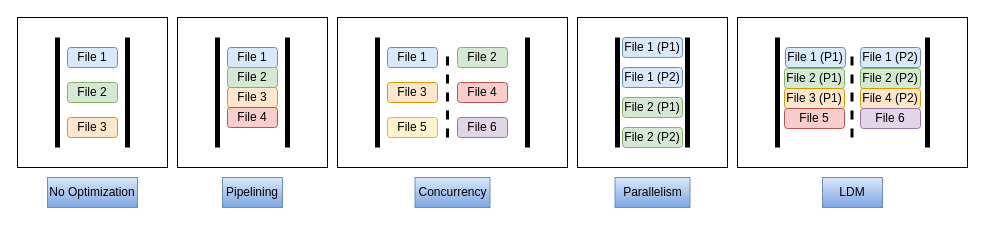
Before: explanation.drawio in swargo98/Falcon-Plus-Plus, a draw.io diagram. Source tidied: cells renumbered, new cells numbered last; positions are measured from the earlier drawing's top-left corner, leaving out a move shared by most shapes. Both pictures are drawn from the tidied source at 100%, with x=0, y=0 at pixel (17, 17).
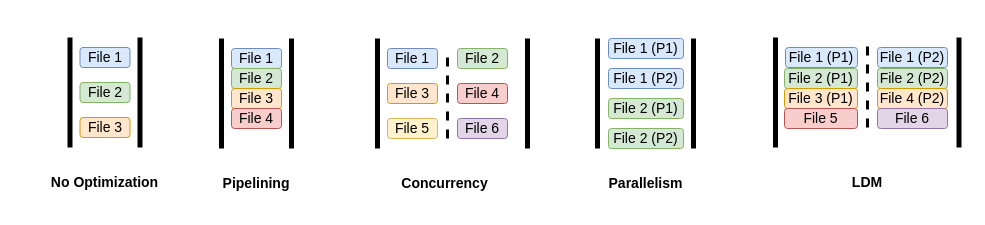
The same diagram, later.

Diff of the diagram source:
```diff
@@
-    <mxCell id="2" style="rounded=0;whiteSpace=wrap;html=1;" parent="1" vertex="1">
-      <mxGeometry width="150" height="150" as="geometry" />
-    </mxCell>
-    <mxCell id="3" style="endArrow=none;html=1;rounded=0;strokeWidth=5;" parent="1" edge="1">
+    <mxCell id="3" style="endArrow=none;html=1;rounded=0;strokeWidth=5;fontSize=14;" parent="1" edge="1">
       <mxGeometry relative="1" as="geometry">
-        <mxPoint x="40" y="130" as="sourcePoint" />
-        <mxPoint x="40" y="20" as="targetPoint" />
+        <mxPoint x="52.5" y="130" as="sourcePoint" />
+        <mxPoint x="52.5" y="20" as="targetPoint" />
       </mxGeometry>
     </mxCell>
-    <mxCell id="4" style="endArrow=none;html=1;rounded=0;strokeWidth=5;" parent="1" edge="1">
+    <mxCell id="4" style="endArrow=none;html=1;rounded=0;strokeWidth=5;fontSize=14;" parent="1" edge="1">
       <mxGeometry relative="1" as="geometry">
-        <mxPoint x="110" y="130" as="sourcePoint" />
-        <mxPoint x="110" y="20" as="targetPoint" />
+        <mxPoint x="122.5" y="130" as="sourcePoint" />
+        <mxPoint x="122.5" y="20" as="targetPoint" />
       </mxGeometry>
     </mxCell>
-    <mxCell id="5" value="File 1" style="rounded=1;whiteSpace=wrap;html=1;fillColor=#dae8fc;strokeColor=#6c8ebf;" parent="1" vertex="1">
-      <mxGeometry x="50" y="30" width="50" height="20" as="geometry" />
+    <mxCell id="5" value="File 1" style="rounded=1;whiteSpace=wrap;html=1;fillColor=#dae8fc;strokeColor=#6c8ebf;fontSize=14;" parent="1" vertex="1">
+      <mxGeometry x="62.5" y="30" width="50" height="20" as="geometry" />
     </mxCell>
-    <mxCell id="6" value="File 2" style="rounded=1;whiteSpace=wrap;html=1;fillColor=#d5e8d4;strokeColor=#82b366;" parent="1" vertex="1">
-      <mxGeometry x="50" y="65" width="50" height="20" as="geometry" />
+    <mxCell id="6" value="File 2" style="rounded=1;whiteSpace=wrap;html=1;fillColor=#d5e8d4;strokeColor=#82b366;fontSize=14;" parent="1" vertex="1">
+      <mxGeometry x="62.5" y="65" width="50" height="20" as="geometry" />
     </mxCell>
-    <mxCell id="7" value="File 3" style="rounded=1;whiteSpace=wrap;html=1;fillColor=#ffe6cc;strokeColor=#d79b00;" parent="1" vertex="1">
-      <mxGeometry x="50" y="100" width="50" height="20" as="geometry" />
+    <mxCell id="7" value="File 3" style="rounded=1;whiteSpace=wrap;html=1;fillColor=#ffe6cc;strokeColor=#d79b00;fontSize=14;" parent="1" vertex="1">
+      <mxGeometry x="62.5" y="100" width="50" height="20" as="geometry" />
     </mxCell>
-    <mxCell id="8" style="rounded=0;whiteSpace=wrap;html=1;" parent="1" vertex="1">
-      <mxGeometry x="160" width="150" height="150" as="geometry" />
-    </mxCell>
-    <mxCell id="9" style="endArrow=none;html=1;rounded=0;strokeWidth=5;" parent="1" edge="1">
+    <mxCell id="9" style="endArrow=none;html=1;rounded=0;strokeWidth=5;fontSize=14;" parent="1" edge="1">
       <mxGeometry relative="1" as="geometry">
-        <mxPoint x="200" y="130" as="sourcePoint" />
-        <mxPoint x="200" y="20" as="targetPoint" />
+        <mxPoint x="204" y="131" as="sourcePoint" />
+        <mxPoint x="204" y="21" as="targetPoint" />
       </mxGeometry>
     </mxCell>
-    <mxCell id="10" style="endArrow=none;html=1;rounded=0;strokeWidth=5;" parent="1" edge="1">
+    <mxCell id="10" style="endArrow=none;html=1;rounded=0;strokeWidth=5;fontSize=14;" parent="1" edge="1">
       <mxGeometry relative="1" as="geometry">
-        <mxPoint x="270" y="130" as="sourcePoint" />
-        <mxPoint x="270" y="20" as="targetPoint" />
+        <mxPoint x="274" y="131" as="sourcePoint" />
+        <mxPoint x="274" y="21" as="targetPoint" />
       </mxGeometry>
     </mxCell>
-    <mxCell id="11" value="File 1" style="rounded=1;whiteSpace=wrap;html=1;fillColor=#dae8fc;strokeColor=#6c8ebf;" parent="1" vertex="1">
-      <mxGeometry x="210" y="30" width="50" height="20" as="geometry" />
+    <mxCell id="11" value="File 1" style="rounded=1;whiteSpace=wrap;html=1;fillColor=#dae8fc;strokeColor=#6c8ebf;fontSize=14;" parent="1" vertex="1">
+      <mxGeometry x="214" y="31" width="50" height="20" as="geometry" />
     </mxCell>
-    <mxCell id="12" value="File 2" style="rounded=1;whiteSpace=wrap;html=1;fillColor=#d5e8d4;strokeColor=#82b366;" parent="1" vertex="1">
-      <mxGeometry x="210" y="50" width="50" height="20" as="geometry" />
+    <mxCell id="12" value="File 2" style="rounded=1;whiteSpace=wrap;html=1;fillColor=#d5e8d4;strokeColor=#82b366;fontSize=14;" parent="1" vertex="1">
+      <mxGeometry x="214" y="51" width="50" height="20" as="geometry" />
     </mxCell>
-    <mxCell id="13" value="File 3" style="rounded=1;whiteSpace=wrap;html=1;fillColor=#ffe6cc;strokeColor=#d79b00;" parent="1" vertex="1">
-      <mxGeometry x="210" y="70" width="50" height="20" as="geometry" />
+    <mxCell id="13" value="File 3" style="rounded=1;whiteSpace=wrap;html=1;fillColor=#ffe6cc;strokeColor=#d79b00;fontSize=14;" parent="1" vertex="1">
+      <mxGeometry x="214" y="71" width="50" height="20" as="geometry" />
     </mxCell>
-    <mxCell id="14" style="rounded=0;whiteSpace=wrap;html=1;" parent="1" vertex="1">
-      <mxGeometry x="320" width="230" height="150" as="geometry" />
-    </mxCell>
-    <mxCell id="15" style="endArrow=none;html=1;rounded=0;strokeWidth=5;" parent="1" edge="1">
+    <mxCell id="15" style="endArrow=none;html=1;rounded=0;strokeWidth=5;fontSize=14;" parent="1" edge="1">
       <mxGeometry relative="1" as="geometry">
-        <mxPoint x="360" y="130" as="sourcePoint" />
-        <mxPoint x="360" y="20" as="targetPoint" />
+        <mxPoint x="360" y="131" as="sourcePoint" />
+        <mxPoint x="360" y="21" as="targetPoint" />
       </mxGeometry>
     </mxCell>
-    <mxCell id="16" style="endArrow=none;html=1;rounded=0;strokeWidth=5;" parent="1" edge="1">
+    <mxCell id="16" style="endArrow=none;html=1;rounded=0;strokeWidth=5;fontSize=14;" parent="1" edge="1">
       <mxGeometry relative="1" as="geometry">
-        <mxPoint x="510" y="130" as="sourcePoint" />
-        <mxPoint x="510" y="20" as="targetPoint" />
+        <mxPoint x="510" y="131" as="sourcePoint" />
+        <mxPoint x="510" y="21" as="targetPoint" />
       </mxGeometry>
     </mxCell>
-    <mxCell id="17" value="File 1" style="rounded=1;whiteSpace=wrap;html=1;fillColor=#dae8fc;strokeColor=#6c8ebf;" parent="1" vertex="1">
-      <mxGeometry x="370" y="30" width="50" height="20" as="geometry" />
+    <mxCell id="17" value="File 1" style="rounded=1;whiteSpace=wrap;html=1;fillColor=#dae8fc;strokeColor=#6c8ebf;fontSize=14;" parent="1" vertex="1">
+      <mxGeometry x="370" y="31" width="50" height="20" as="geometry" />
     </mxCell>
-    <mxCell id="18" value="File 2" style="rounded=1;whiteSpace=wrap;html=1;fillColor=#d5e8d4;strokeColor=#82b366;" parent="1" vertex="1">
-      <mxGeometry x="440" y="30" width="50" height="20" as="geometry" />
+    <mxCell id="18" value="File 2" style="rounded=1;whiteSpace=wrap;html=1;fillColor=#d5e8d4;strokeColor=#82b366;fontSize=14;" parent="1" vertex="1">
+      <mxGeometry x="440" y="31" width="50" height="20" as="geometry" />
     </mxCell>
-    <mxCell id="19" value="File 3" style="rounded=1;whiteSpace=wrap;html=1;fillColor=#ffe6cc;strokeColor=#d79b00;" parent="1" vertex="1">
-      <mxGeometry x="370" y="65" width="50" height="20" as="geometry" />
+    <mxCell id="19" value="File 3" style="rounded=1;whiteSpace=wrap;html=1;fillColor=#ffe6cc;strokeColor=#d79b00;fontSize=14;" parent="1" vertex="1">
+      <mxGeometry x="370" y="66" width="50" height="20" as="geometry" />
     </mxCell>
-    <mxCell id="20" value="File 4" style="rounded=1;whiteSpace=wrap;html=1;fillColor=#f8cecc;strokeColor=#b85450;" parent="1" vertex="1">
-      <mxGeometry x="440" y="65" width="50" height="20" as="geometry" />
+    <mxCell id="20" value="File 4" style="rounded=1;whiteSpace=wrap;html=1;fillColor=#f8cecc;strokeColor=#b85450;fontSize=14;" parent="1" vertex="1">
+      <mxGeometry x="440" y="66" width="50" height="20" as="geometry" />
     </mxCell>
-    <mxCell id="21" value="File 4" style="rounded=1;whiteSpace=wrap;html=1;fillColor=#f8cecc;strokeColor=#b85450;" parent="1" vertex="1">
-      <mxGeometry x="210" y="90" width="50" height="20" as="geometry" />
+    <mxCell id="21" value="File 4" style="rounded=1;whiteSpace=wrap;html=1;fillColor=#f8cecc;strokeColor=#b85450;fontSize=14;" parent="1" vertex="1">
+      <mxGeometry x="214" y="91" width="50" height="20" as="geometry" />
     </mxCell>
-    <mxCell id="22" style="rounded=0;whiteSpace=wrap;html=1;" parent="1" vertex="1">
-      <mxGeometry x="720" width="230" height="150" as="geometry" />
-    </mxCell>
-    <mxCell id="23" style="endArrow=none;html=1;rounded=0;strokeWidth=5;" parent="1" edge="1">
+    <mxCell id="23" style="endArrow=none;html=1;rounded=0;strokeWidth=5;fontSize=14;" parent="1" edge="1">
       <mxGeometry relative="1" as="geometry">
-        <mxPoint x="760" y="130" as="sourcePoint" />
-        <mxPoint x="760" y="20" as="targetPoint" />
+        <mxPoint x="758" y="130" as="sourcePoint" />
+        <mxPoint x="758" y="20" as="targetPoint" />
       </mxGeometry>
     </mxCell>
-    <mxCell id="24" style="endArrow=none;html=1;rounded=0;strokeWidth=5;" parent="1" edge="1">
+    <mxCell id="24" style="endArrow=none;html=1;rounded=0;strokeWidth=5;fontSize=14;" parent="1" edge="1">
       <mxGeometry relative="1" as="geometry">
-        <mxPoint x="910" y="130" as="sourcePoint" />
-        <mxPoint x="910" y="20" as="targetPoint" />
+        <mxPoint x="941.5" y="130" as="sourcePoint" />
+        <mxPoint x="941.5" y="20" as="targetPoint" />
       </mxGeometry>
     </mxCell>
-    <mxCell id="25" value="File 1 (P1)" style="rounded=1;whiteSpace=wrap;html=1;fillColor=#dae8fc;strokeColor=#6c8ebf;" parent="1" vertex="1">
-      <mxGeometry x="768" y="30" width="60" height="20" as="geometry" />
+    <mxCell id="25" value="File 1 (P1)" style="rounded=1;whiteSpace=wrap;html=1;fillColor=#dae8fc;strokeColor=#6c8ebf;fontSize=14;" parent="1" vertex="1">
+      <mxGeometry x="768" y="30" width="72" height="20" as="geometry" />
     </mxCell>
-    <mxCell id="26" value="File 1 (P2)" style="rounded=1;whiteSpace=wrap;html=1;fillColor=#dae8fc;strokeColor=#6c8ebf;" parent="1" vertex="1">
-      <mxGeometry x="843" y="30" width="60" height="20" as="geometry" />
+    <mxCell id="26" value="File 1 (P2)" style="rounded=1;whiteSpace=wrap;html=1;fillColor=#dae8fc;strokeColor=#6c8ebf;fontSize=14;" parent="1" vertex="1">
+      <mxGeometry x="860" y="30" width="70" height="20" as="geometry" />
     </mxCell>
-    <mxCell id="27" value="File 2 (P1)" style="rounded=1;whiteSpace=wrap;html=1;fillColor=#d5e8d4;strokeColor=#82b366;" parent="1" vertex="1">
-      <mxGeometry x="767" y="51" width="60" height="20" as="geometry" />
+    <mxCell id="27" value="File 2 (P1)" style="rounded=1;whiteSpace=wrap;html=1;fillColor=#d5e8d4;strokeColor=#82b366;fontSize=14;" parent="1" vertex="1">
+      <mxGeometry x="767" y="51" width="73" height="20" as="geometry" />
     </mxCell>
-    <mxCell id="28" value="File 2 (P2)" style="rounded=1;whiteSpace=wrap;html=1;fillColor=#d5e8d4;strokeColor=#82b366;" parent="1" vertex="1">
-      <mxGeometry x="843" y="51" width="60" height="20" as="geometry" />
+    <mxCell id="28" value="File 2 (P2)" style="rounded=1;whiteSpace=wrap;html=1;fillColor=#d5e8d4;strokeColor=#82b366;fontSize=14;" parent="1" vertex="1">
+      <mxGeometry x="860" y="51" width="70" height="20" as="geometry" />
     </mxCell>
-    <mxCell id="29" style="endArrow=none;dashed=1;html=1;rounded=0;strokeWidth=3;" parent="1" edge="1">
+    <mxCell id="29" style="endArrow=none;dashed=1;html=1;rounded=0;strokeWidth=3;fontSize=14;" parent="1" edge="1">
       <mxGeometry relative="1" as="geometry">
-        <mxPoint x="430" y="120" as="sourcePoint" />
-        <mxPoint x="430" y="30" as="targetPoint" />
+        <mxPoint x="430" y="121" as="sourcePoint" />
+        <mxPoint x="430" y="31" as="targetPoint" />
       </mxGeometry>
     </mxCell>
-    <mxCell id="30" style="endArrow=none;dashed=1;html=1;rounded=0;strokeWidth=3;" parent="1" edge="1">
+    <mxCell id="30" style="endArrow=none;dashed=1;html=1;rounded=0;strokeWidth=3;fontSize=14;" parent="1" edge="1">
       <mxGeometry relative="1" as="geometry">
-        <mxPoint x="834.5" y="120" as="sourcePoint" />
-        <mxPoint x="834.5" y="30" as="targetPoint" />
+        <mxPoint x="850" y="110" as="sourcePoint" />
+        <mxPoint x="850" y="20" as="targetPoint" />
       </mxGeometry>
     </mxCell>
-    <mxCell id="31" style="rounded=0;whiteSpace=wrap;html=1;" parent="1" vertex="1">
-      <mxGeometry x="560" width="150" height="150" as="geometry" />
-    </mxCell>
-    <mxCell id="32" style="endArrow=none;html=1;rounded=0;strokeWidth=5;" parent="1" edge="1">
+    <mxCell id="32" style="endArrow=none;html=1;rounded=0;strokeWidth=5;fontSize=14;" parent="1" edge="1">
       <mxGeometry relative="1" as="geometry">
-        <mxPoint x="600" y="130" as="sourcePoint" />
-        <mxPoint x="600" y="20" as="targetPoint" />
+        <mxPoint x="580" y="131" as="sourcePoint" />
+        <mxPoint x="580" y="21" as="targetPoint" />
       </mxGeometry>
     </mxCell>
-    <mxCell id="33" style="endArrow=none;html=1;rounded=0;strokeWidth=5;" parent="1" edge="1">
+    <mxCell id="33" style="endArrow=none;html=1;rounded=0;strokeWidth=5;fontSize=14;" parent="1" edge="1">
       <mxGeometry relative="1" as="geometry">
-        <mxPoint x="670" y="130" as="sourcePoint" />
-        <mxPoint x="670" y="20" as="targetPoint" />
+        <mxPoint x="676" y="131" as="sourcePoint" />
+        <mxPoint x="676" y="21" as="targetPoint" />
       </mxGeometry>
     </mxCell>
-    <mxCell id="34" value="File 1 (P1)" style="rounded=1;whiteSpace=wrap;html=1;fillColor=#dae8fc;strokeColor=#6c8ebf;" parent="1" vertex="1">
-      <mxGeometry x="605" y="20" width="60" height="20" as="geometry" />
+    <mxCell id="34" value="File 1 (P1)" style="rounded=1;whiteSpace=wrap;html=1;fillColor=#dae8fc;strokeColor=#6c8ebf;fontSize=14;" parent="1" vertex="1">
+      <mxGeometry x="591" y="21" width="75" height="20" as="geometry" />
     </mxCell>
-    <mxCell id="35" value="File 1 (P2)" style="rounded=1;whiteSpace=wrap;html=1;fillColor=#dae8fc;strokeColor=#6c8ebf;" parent="1" vertex="1">
-      <mxGeometry x="605" y="50" width="60" height="20" as="geometry" />
+    <mxCell id="35" value="File 1 (P2)" style="rounded=1;whiteSpace=wrap;html=1;fillColor=#dae8fc;strokeColor=#6c8ebf;fontSize=14;" parent="1" vertex="1">
+      <mxGeometry x="591" y="51" width="75" height="20" as="geometry" />
     </mxCell>
-    <mxCell id="36" value="File 2 (P1)" style="rounded=1;whiteSpace=wrap;html=1;fillColor=#d5e8d4;strokeColor=#82b366;" parent="1" vertex="1">
-      <mxGeometry x="605" y="80" width="60" height="20" as="geometry" />
+    <mxCell id="36" value="File 2 (P1)" style="rounded=1;whiteSpace=wrap;html=1;fillColor=#d5e8d4;strokeColor=#82b366;fontSize=14;" parent="1" vertex="1">
+      <mxGeometry x="591" y="81" width="75" height="20" as="geometry" />
     </mxCell>
-    <mxCell id="37" value="File 2 (P2)" style="rounded=1;whiteSpace=wrap;html=1;fillColor=#d5e8d4;strokeColor=#82b366;" parent="1" vertex="1">
-      <mxGeometry x="605" y="110" width="60" height="20" as="geometry" />
+    <mxCell id="37" value="File 2 (P2)" style="rounded=1;whiteSpace=wrap;html=1;fillColor=#d5e8d4;strokeColor=#82b366;fontSize=14;" parent="1" vertex="1">
+      <mxGeometry x="591" y="111" width="75" height="20" as="geometry" />
     </mxCell>
-    <mxCell id="38" value="File 5" style="rounded=1;whiteSpace=wrap;html=1;fillColor=#fff2cc;strokeColor=#d6b656;" parent="1" vertex="1">
-      <mxGeometry x="370" y="100" width="50" height="20" as="geometry" />
+    <mxCell id="38" value="File 5" style="rounded=1;whiteSpace=wrap;html=1;fillColor=#fff2cc;strokeColor=#d6b656;fontSize=14;" parent="1" vertex="1">
+      <mxGeometry x="370" y="101" width="50" height="20" as="geometry" />
     </mxCell>
-    <mxCell id="39" value="File 6" style="rounded=1;whiteSpace=wrap;html=1;fillColor=#e1d5e7;strokeColor=#9673a6;" parent="1" vertex="1">
-      <mxGeometry x="440" y="100" width="50" height="20" as="geometry" />
+    <mxCell id="39" value="File 6" style="rounded=1;whiteSpace=wrap;html=1;fillColor=#e1d5e7;strokeColor=#9673a6;fontSize=14;" parent="1" vertex="1">
+      <mxGeometry x="440" y="101" width="50" height="20" as="geometry" />
     </mxCell>
-    <mxCell id="40" value="File 3 (P1)" style="rounded=1;whiteSpace=wrap;html=1;fillColor=#ffe6cc;strokeColor=#d79b00;" parent="1" vertex="1">
-      <mxGeometry x="767" y="71" width="60" height="20" as="geometry" />
+    <mxCell id="40" value="File 3 (P1)" style="rounded=1;whiteSpace=wrap;html=1;fillColor=#ffe6cc;strokeColor=#d79b00;fontSize=14;" parent="1" vertex="1">
+      <mxGeometry x="767" y="71" width="73" height="20" as="geometry" />
     </mxCell>
-    <mxCell id="41" value="File 4 (P2)" style="rounded=1;whiteSpace=wrap;html=1;fillColor=#ffe6cc;strokeColor=#d79b00;" parent="1" vertex="1">
-      <mxGeometry x="843" y="71" width="60" height="20" as="geometry" />
+    <mxCell id="41" value="File 4 (P2)" style="rounded=1;whiteSpace=wrap;html=1;fillColor=#ffe6cc;strokeColor=#d79b00;fontSize=14;" parent="1" vertex="1">
+      <mxGeometry x="860" y="71" width="70" height="20" as="geometry" />
     </mxCell>
-    <mxCell id="42" value="File 5" style="rounded=1;whiteSpace=wrap;html=1;fillColor=#f8cecc;strokeColor=#b85450;" parent="1" vertex="1">
-      <mxGeometry x="767" y="91" width="60" height="20" as="geometry" />
+    <mxCell id="42" value="File 5" style="rounded=1;whiteSpace=wrap;html=1;fillColor=#f8cecc;strokeColor=#b85450;fontSize=14;" parent="1" vertex="1">
+      <mxGeometry x="767" y="91" width="73" height="20" as="geometry" />
     </mxCell>
-    <mxCell id="43" value="File 6" style="rounded=1;whiteSpace=wrap;html=1;fillColor=#e1d5e7;strokeColor=#9673a6;" parent="1" vertex="1">
-      <mxGeometry x="843" y="91" width="60" height="20" as="geometry" />
+    <mxCell id="43" value="File 6" style="rounded=1;whiteSpace=wrap;html=1;fillColor=#e1d5e7;strokeColor=#9673a6;fontSize=14;" parent="1" vertex="1">
+      <mxGeometry x="860" y="91" width="70" height="20" as="geometry" />
     </mxCell>
-    <mxCell id="44" value="No Optimization" style="text;html=1;whiteSpace=wrap;strokeColor=#6c8ebf;fillColor=#dae8fc;align=center;verticalAlign=middle;rounded=0;gradientColor=#7ea6e0;" parent="1" vertex="1">
-      <mxGeometry x="30" y="160" width="90" height="30" as="geometry" />
+    <mxCell id="44" value="No Optimization" style="text;html=1;whiteSpace=wrap;align=center;verticalAlign=middle;rounded=0;fontStyle=1;fontSize=14;" parent="1" vertex="1">
+      <mxGeometry x="30" y="150" width="115" height="30" as="geometry" />
     </mxCell>
-    <mxCell id="45" value="Pipelining" style="text;html=1;whiteSpace=wrap;strokeColor=#6c8ebf;fillColor=#dae8fc;align=center;verticalAlign=middle;rounded=0;gradientColor=#7ea6e0;" parent="1" vertex="1">
-      <mxGeometry x="205" y="160" width="60" height="30" as="geometry" />
+    <mxCell id="45" value="Pipelining" style="text;html=1;whiteSpace=wrap;align=center;verticalAlign=middle;rounded=0;fontStyle=1;fontSize=14;" parent="1" vertex="1">
+      <mxGeometry x="209" y="151" width="60" height="30" as="geometry" />
     </mxCell>
-    <mxCell id="46" value="Concurrency" style="text;html=1;whiteSpace=wrap;strokeColor=#6c8ebf;fillColor=#dae8fc;align=center;verticalAlign=middle;rounded=0;gradientColor=#7ea6e0;" parent="1" vertex="1">
-      <mxGeometry x="397.5" y="160" width="75" height="30" as="geometry" />
+    <mxCell id="46" value="Concurrency" style="text;html=1;whiteSpace=wrap;align=center;verticalAlign=middle;rounded=0;fontStyle=1;fontSize=14;" parent="1" vertex="1">
+      <mxGeometry x="390" y="151" width="75" height="30" as="geometry" />
     </mxCell>
-    <mxCell id="47" value="Parallelism" style="text;html=1;whiteSpace=wrap;strokeColor=#6c8ebf;fillColor=#dae8fc;align=center;verticalAlign=middle;rounded=0;gradientColor=#7ea6e0;" parent="1" vertex="1">
-      <mxGeometry x="597.5" y="160" width="75" height="30" as="geometry" />
+    <mxCell id="47" value="Parallelism" style="text;html=1;whiteSpace=wrap;align=center;verticalAlign=middle;rounded=0;fontStyle=1;fontSize=14;" parent="1" vertex="1">
+      <mxGeometry x="591" y="151" width="75" height="30" as="geometry" />
     </mxCell>
-    <mxCell id="48" value="LDM" style="text;html=1;whiteSpace=wrap;strokeColor=#6c8ebf;fillColor=#dae8fc;align=center;verticalAlign=middle;rounded=0;gradientColor=#7ea6e0;" parent="1" vertex="1">
-      <mxGeometry x="805" y="160" width="60" height="30" as="geometry" />
+    <mxCell id="48" value="LDM" style="text;html=1;whiteSpace=wrap;align=center;verticalAlign=middle;rounded=0;fontStyle=1;fontSize=14;" parent="1" vertex="1">
+      <mxGeometry x="820" y="150" width="60" height="30" as="geometry" />
     </mxCell>
```
